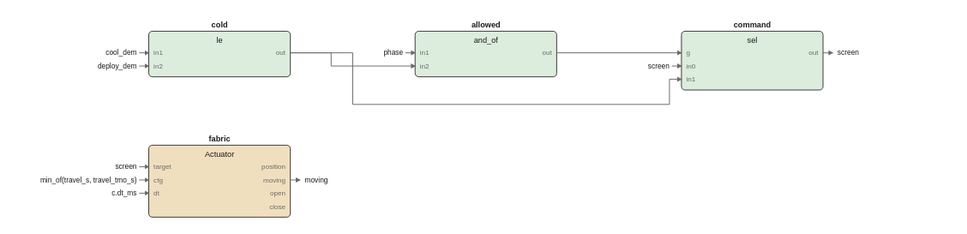
This is images/logic/screen_fbd.drawio.svg from pstch/botanik2, a draw.io export, as it was before one commit. Source tidied: cells renumbered, new cells last; positions are measured from the earlier drawing's top-left corner, leaving out a move shared by most shapes.
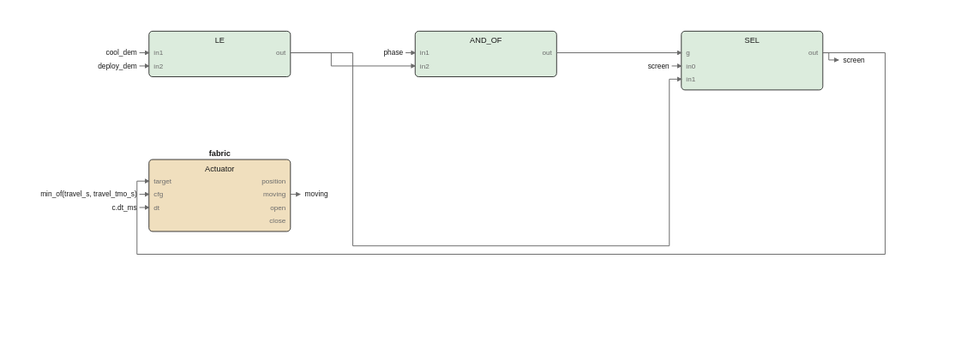
The same diagram one commit later.

What changed in the source:
```diff
@@ -5,198 +5,196 @@
     <mxCell id="2" style="rounded=1;fillColor=#dcecdd;strokeColor=#1a1a1a;whiteSpace=wrap;html=1;fontSize=8;" parent="1" vertex="1">
       <mxGeometry x="10" y="10" width="118" height="38" as="geometry" />
     </mxCell>
-    <mxCell id="3" value="cold" style="text;html=1;fontSize=6;fontColor=#1a1a1a;align=center;fontStyle=1;" parent="1" vertex="1">
-      <mxGeometry x="69" y="0.4" width="40" height="10.6" as="geometry" />
+    <mxCell id="3" value="LE" style="text;html=1;fontSize=6;fontColor=#1a1a1a;align=center;" parent="1" vertex="1">
+      <mxGeometry x="69" y="13.4" width="40" height="10.6" as="geometry" />
     </mxCell>
-    <mxCell id="4" value="le" style="text;html=1;fontSize=6;fontColor=#1a1a1a;align=center;" parent="1" vertex="1">
-      <mxGeometry x="69" y="13.4" width="40" height="10.6" as="geometry" />
+    <mxCell id="4" value="in1" style="text;html=1;fontSize=5;fontColor=#6b6b6b;align=left;" parent="1" vertex="1">
+      <mxGeometry x="14" y="24.2" width="40" height="9.8" as="geometry" />
     </mxCell>
-    <mxCell id="5" value="in1" style="text;html=1;fontSize=5;fontColor=#6b6b6b;align=left;" parent="1" vertex="1">
-      <mxGeometry x="14" y="24.2" width="40" height="9.8" as="geometry" />
+    <mxCell id="5" value="in2" style="text;html=1;fontSize=5;fontColor=#6b6b6b;align=left;" parent="1" vertex="1">
+      <mxGeometry x="14" y="35.2" width="40" height="9.8" as="geometry" />
     </mxCell>
-    <mxCell id="6" value="in2" style="text;html=1;fontSize=5;fontColor=#6b6b6b;align=left;" parent="1" vertex="1">
-      <mxGeometry x="14" y="35.2" width="40" height="9.8" as="geometry" />
+    <mxCell id="6" value="out" style="text;html=1;fontSize=5;fontColor=#6b6b6b;align=left;" parent="1" vertex="1">
+      <mxGeometry x="124" y="24.2" width="40" height="9.8" as="geometry" />
     </mxCell>
-    <mxCell id="7" value="out" style="text;html=1;fontSize=5;fontColor=#6b6b6b;align=left;" parent="1" vertex="1">
-      <mxGeometry x="124" y="24.2" width="40" height="9.8" as="geometry" />
+    <mxCell id="7" style="rounded=1;fillColor=#dcecdd;strokeColor=#1a1a1a;whiteSpace=wrap;html=1;fontSize=8;" parent="1" vertex="1">
+      <mxGeometry x="232" y="10" width="118" height="38" as="geometry" />
     </mxCell>
-    <mxCell id="8" style="rounded=1;fillColor=#dcecdd;strokeColor=#1a1a1a;whiteSpace=wrap;html=1;fontSize=8;" parent="1" vertex="1">
-      <mxGeometry x="232" y="10" width="118" height="38" as="geometry" />
+    <mxCell id="8" value="AND_OF" style="text;html=1;fontSize=6;fontColor=#1a1a1a;align=center;" parent="1" vertex="1">
+      <mxGeometry x="291" y="13.4" width="40" height="10.6" as="geometry" />
     </mxCell>
-    <mxCell id="9" value="allowed" style="text;html=1;fontSize=6;fontColor=#1a1a1a;align=center;fontStyle=1;" parent="1" vertex="1">
-      <mxGeometry x="291" y="0.4" width="40" height="10.6" as="geometry" />
+    <mxCell id="9" value="in1" style="text;html=1;fontSize=5;fontColor=#6b6b6b;align=left;" parent="1" vertex="1">
+      <mxGeometry x="236" y="24.2" width="40" height="9.8" as="geometry" />
     </mxCell>
-    <mxCell id="10" value="and_of" style="text;html=1;fontSize=6;fontColor=#1a1a1a;align=center;" parent="1" vertex="1">
-      <mxGeometry x="291" y="13.4" width="40" height="10.6" as="geometry" />
+    <mxCell id="10" value="in2" style="text;html=1;fontSize=5;fontColor=#6b6b6b;align=left;" parent="1" vertex="1">
+      <mxGeometry x="236" y="35.2" width="40" height="9.8" as="geometry" />
     </mxCell>
-    <mxCell id="11" value="in1" style="text;html=1;fontSize=5;fontColor=#6b6b6b;align=left;" parent="1" vertex="1">
-      <mxGeometry x="236" y="24.2" width="40" height="9.8" as="geometry" />
+    <mxCell id="11" value="out" style="text;html=1;fontSize=5;fontColor=#6b6b6b;align=left;" parent="1" vertex="1">
+      <mxGeometry x="346" y="24.2" width="40" height="9.8" as="geometry" />
     </mxCell>
-    <mxCell id="12" value="in2" style="text;html=1;fontSize=5;fontColor=#6b6b6b;align=left;" parent="1" vertex="1">
-      <mxGeometry x="236" y="35.2" width="40" height="9.8" as="geometry" />
+    <mxCell id="12" style="rounded=1;fillColor=#dcecdd;strokeColor=#1a1a1a;whiteSpace=wrap;html=1;fontSize=8;" parent="1" vertex="1">
+      <mxGeometry x="454" y="10" width="118" height="49" as="geometry" />
     </mxCell>
-    <mxCell id="13" value="out" style="text;html=1;fontSize=5;fontColor=#6b6b6b;align=left;" parent="1" vertex="1">
-      <mxGeometry x="346" y="24.2" width="40" height="9.8" as="geometry" />
+    <mxCell id="13" value="SEL" style="text;html=1;fontSize=6;fontColor=#1a1a1a;align=center;" parent="1" vertex="1">
+      <mxGeometry x="513" y="13.4" width="40" height="10.6" as="geometry" />
     </mxCell>
-    <mxCell id="14" style="rounded=1;fillColor=#dcecdd;strokeColor=#1a1a1a;whiteSpace=wrap;html=1;fontSize=8;" parent="1" vertex="1">
-      <mxGeometry x="454" y="10" width="118" height="49" as="geometry" />
+    <mxCell id="14" value="g" style="text;html=1;fontSize=5;fontColor=#6b6b6b;align=left;" parent="1" vertex="1">
+      <mxGeometry x="458" y="24.2" width="40" height="9.8" as="geometry" />
     </mxCell>
-    <mxCell id="15" value="command" style="text;html=1;fontSize=6;fontColor=#1a1a1a;align=center;fontStyle=1;" parent="1" vertex="1">
-      <mxGeometry x="513" y="0.4" width="40" height="10.6" as="geometry" />
+    <mxCell id="15" value="in0" style="text;html=1;fontSize=5;fontColor=#6b6b6b;align=left;" parent="1" vertex="1">
+      <mxGeometry x="458" y="35.2" width="40" height="9.8" as="geometry" />
     </mxCell>
-    <mxCell id="16" value="sel" style="text;html=1;fontSize=6;fontColor=#1a1a1a;align=center;" parent="1" vertex="1">
-      <mxGeometry x="513" y="13.4" width="40" height="10.6" as="geometry" />
+    <mxCell id="16" value="in1" style="text;html=1;fontSize=5;fontColor=#6b6b6b;align=left;" parent="1" vertex="1">
+      <mxGeometry x="458" y="46.2" width="40" height="9.8" as="geometry" />
     </mxCell>
-    <mxCell id="17" value="g" style="text;html=1;fontSize=5;fontColor=#6b6b6b;align=left;" parent="1" vertex="1">
-      <mxGeometry x="458" y="24.2" width="40" height="9.8" as="geometry" />
+    <mxCell id="17" value="out" style="text;html=1;fontSize=5;fontColor=#6b6b6b;align=left;" parent="1" vertex="1">
+      <mxGeometry x="568" y="24.2" width="40" height="9.8" as="geometry" />
     </mxCell>
-    <mxCell id="18" value="in0" style="text;html=1;fontSize=5;fontColor=#6b6b6b;align=left;" parent="1" vertex="1">
-      <mxGeometry x="458" y="35.2" width="40" height="9.8" as="geometry" />
+    <mxCell id="18" style="rounded=1;fillColor=#f0dfbe;strokeColor=#1a1a1a;whiteSpace=wrap;html=1;fontSize=8;" parent="1" vertex="1">
+      <mxGeometry x="10" y="117" width="118" height="60" as="geometry" />
     </mxCell>
-    <mxCell id="19" value="in1" style="text;html=1;fontSize=5;fontColor=#6b6b6b;align=left;" parent="1" vertex="1">
-      <mxGeometry x="458" y="46.2" width="40" height="9.8" as="geometry" />
+    <mxCell id="19" value="fabric" style="text;html=1;fontSize=6;fontColor=#1a1a1a;align=center;fontStyle=1;" parent="1" vertex="1">
+      <mxGeometry x="69" y="107.4" width="40" height="10.6" as="geometry" />
     </mxCell>
-    <mxCell id="20" value="out" style="text;html=1;fontSize=5;fontColor=#6b6b6b;align=left;" parent="1" vertex="1">
-      <mxGeometry x="568" y="24.2" width="40" height="9.8" as="geometry" />
+    <mxCell id="20" value="Actuator" style="text;html=1;fontSize=6;fontColor=#1a1a1a;align=center;" parent="1" vertex="1">
+      <mxGeometry x="69" y="120.4" width="40" height="10.6" as="geometry" />
     </mxCell>
-    <mxCell id="21" style="rounded=1;fillColor=#f0dfbe;strokeColor=#1a1a1a;whiteSpace=wrap;html=1;fontSize=8;" parent="1" vertex="1">
-      <mxGeometry x="10" y="105" width="118" height="60" as="geometry" />
+    <mxCell id="21" value="target" style="text;html=1;fontSize=5;fontColor=#6b6b6b;align=left;" parent="1" vertex="1">
+      <mxGeometry x="14" y="131.2" width="40" height="9.8" as="geometry" />
     </mxCell>
-    <mxCell id="22" value="fabric" style="text;html=1;fontSize=6;fontColor=#1a1a1a;align=center;fontStyle=1;" parent="1" vertex="1">
-      <mxGeometry x="69" y="95.4" width="40" height="10.6" as="geometry" />
+    <mxCell id="22" value="cfg" style="text;html=1;fontSize=5;fontColor=#6b6b6b;align=left;" parent="1" vertex="1">
+      <mxGeometry x="14" y="142.2" width="40" height="9.8" as="geometry" />
     </mxCell>
-    <mxCell id="23" value="Actuator" style="text;html=1;fontSize=6;fontColor=#1a1a1a;align=center;" parent="1" vertex="1">
-      <mxGeometry x="69" y="108.4" width="40" height="10.6" as="geometry" />
+    <mxCell id="23" value="dt" style="text;html=1;fontSize=5;fontColor=#6b6b6b;align=left;" parent="1" vertex="1">
+      <mxGeometry x="14" y="153.2" width="40" height="9.8" as="geometry" />
     </mxCell>
-    <mxCell id="24" value="target" style="text;html=1;fontSize=5;fontColor=#6b6b6b;align=left;" parent="1" vertex="1">
-      <mxGeometry x="14" y="119.2" width="40" height="9.8" as="geometry" />
+    <mxCell id="24" value="position" style="text;html=1;fontSize=5;fontColor=#6b6b6b;align=left;" parent="1" vertex="1">
+      <mxGeometry x="124" y="131.2" width="40" height="9.8" as="geometry" />
     </mxCell>
-    <mxCell id="25" value="cfg" style="text;html=1;fontSize=5;fontColor=#6b6b6b;align=left;" parent="1" vertex="1">
-      <mxGeometry x="14" y="130.2" width="40" height="9.8" as="geometry" />
+    <mxCell id="25" value="moving" style="text;html=1;fontSize=5;fontColor=#6b6b6b;align=left;" parent="1" vertex="1">
+      <mxGeometry x="124" y="142.2" width="40" height="9.8" as="geometry" />
     </mxCell>
-    <mxCell id="26" value="dt" style="text;html=1;fontSize=5;fontColor=#6b6b6b;align=left;" parent="1" vertex="1">
-      <mxGeometry x="14" y="141.2" width="40" height="9.8" as="geometry" />
+    <mxCell id="26" value="open" style="text;html=1;fontSize=5;fontColor=#6b6b6b;align=left;" parent="1" vertex="1">
+      <mxGeometry x="124" y="153.2" width="40" height="9.8" as="geometry" />
     </mxCell>
-    <mxCell id="27" value="position" style="text;html=1;fontSize=5;fontColor=#6b6b6b;align=left;" parent="1" vertex="1">
-      <mxGeometry x="124" y="119.2" width="40" height="9.8" as="geometry" />
+    <mxCell id="27" value="close" style="text;html=1;fontSize=5;fontColor=#6b6b6b;align=left;" parent="1" vertex="1">
+      <mxGeometry x="124" y="164.2" width="40" height="9.8" as="geometry" />
     </mxCell>
-    <mxCell id="28" value="moving" style="text;html=1;fontSize=5;fontColor=#6b6b6b;align=left;" parent="1" vertex="1">
-      <mxGeometry x="124" y="130.2" width="40" height="9.8" as="geometry" />
-    </mxCell>
-    <mxCell id="29" value="open" style="text;html=1;fontSize=5;fontColor=#6b6b6b;align=left;" parent="1" vertex="1">
-      <mxGeometry x="124" y="141.2" width="40" height="9.8" as="geometry" />
-    </mxCell>
-    <mxCell id="30" value="close" style="text;html=1;fontSize=5;fontColor=#6b6b6b;align=left;" parent="1" vertex="1">
-      <mxGeometry x="124" y="152.2" width="40" height="9.8" as="geometry" />
-    </mxCell>
+    <mxCell id="52" style="edgeStyle=none;html=1;strokeColor=#6b6b6b;endArrow=block;" parent="1" edge="1">
+      <mxGeometry relative="1" as="geometry">
+        <mxPoint x="128" y="28" as="sourcePoint" />
+        <mxPoint x="232" y="39" as="targetPoint" />
+        <Array as="points">
+          <mxPoint x="162" y="28" />
+          <mxPoint x="162" y="39" />
+        </Array>
+      </mxGeometry>
+    </mxCell>
+    <mxCell id="53" style="edgeStyle=none;html=1;strokeColor=#6b6b6b;endArrow=block;" parent="1" edge="1">
+      <mxGeometry relative="1" as="geometry">
+        <mxPoint x="350" y="28" as="sourcePoint" />
+        <mxPoint x="454" y="28" as="targetPoint" />
+      </mxGeometry>
+    </mxCell>
+    <mxCell id="54" style="edgeStyle=none;html=1;strokeColor=#6b6b6b;endArrow=block;" parent="1" edge="1">
+      <mxGeometry relative="1" as="geometry">
+        <mxPoint x="128" y="28" as="sourcePoint" />
+        <mxPoint x="454" y="50" as="targetPoint" />
+        <Array as="points">
+          <mxPoint x="180" y="28" />
+          <mxPoint x="180" y="189" />
+          <mxPoint x="444" y="189" />
+          <mxPoint x="444" y="50" />
+        </Array>
+      </mxGeometry>
+    </mxCell>
     <mxCell id="31" style="edgeStyle=none;html=1;strokeColor=#6b6b6b;endArrow=block;" parent="1" edge="1">
       <mxGeometry relative="1" as="geometry">
-        <mxPoint x="128" y="28" as="sourcePoint" />
-        <mxPoint x="232" y="39" as="targetPoint" />
+        <mxPoint x="572" y="28" as="sourcePoint" />
+        <mxPoint x="10" y="135" as="targetPoint" />
         <Array as="points">
-          <mxPoint x="162" y="28" />
-          <mxPoint x="162" y="39" />
+          <mxPoint x="624" y="28" />
+          <mxPoint x="624" y="196" />
+          <mxPoint y="196" />
+          <mxPoint y="135" />
         </Array>
       </mxGeometry>
     </mxCell>
-    <mxCell id="32" style="edgeStyle=none;html=1;strokeColor=#6b6b6b;endArrow=block;" parent="1" edge="1">
-      <mxGeometry relative="1" as="geometry">
-        <mxPoint x="350" y="28" as="sourcePoint" />
-        <mxPoint x="454" y="28" as="targetPoint" />
-      </mxGeometry>
-    </mxCell>
+    <mxCell id="55" value="cool_dem" style="text;html=1;fontSize=6;fontColor=#1a1a1a;align=left;" parent="1" vertex="1">
+      <mxGeometry y="24" width="40" height="10" as="geometry" />
+    </mxCell>
     <mxCell id="33" style="edgeStyle=none;html=1;strokeColor=#6b6b6b;endArrow=block;" parent="1" edge="1">
       <mxGeometry relative="1" as="geometry">
-        <mxPoint x="128" y="28" as="sourcePoint" />
-        <mxPoint x="454" y="50" as="targetPoint" />
-        <Array as="points">
-          <mxPoint x="180" y="28" />
-          <mxPoint x="180" y="71" />
-          <mxPoint x="444" y="71" />
-          <mxPoint x="444" y="50" />
-        </Array>
+        <mxPoint x="2" y="28" as="sourcePoint" />
+        <mxPoint x="10" y="28" as="targetPoint" />
       </mxGeometry>
     </mxCell>
-    <mxCell id="34" value="cool_dem" style="text;html=1;fontSize=6;fontColor=#1a1a1a;align=left;" parent="1" vertex="1">
-      <mxGeometry y="24" width="40" height="10" as="geometry" />
+    <mxCell id="34" value="deploy_dem" style="text;html=1;fontSize=6;fontColor=#1a1a1a;align=left;" parent="1" vertex="1">
+      <mxGeometry y="35" width="50" height="10" as="geometry" />
     </mxCell>
     <mxCell id="35" style="edgeStyle=none;html=1;strokeColor=#6b6b6b;endArrow=block;" parent="1" edge="1">
       <mxGeometry relative="1" as="geometry">
-        <mxPoint x="2" y="28" as="sourcePoint" />
-        <mxPoint x="10" y="28" as="targetPoint" />
+        <mxPoint x="2" y="39" as="sourcePoint" />
+        <mxPoint x="10" y="39" as="targetPoint" />
       </mxGeometry>
     </mxCell>
-    <mxCell id="36" value="deploy_dem" style="text;html=1;fontSize=6;fontColor=#1a1a1a;align=left;" parent="1" vertex="1">
-      <mxGeometry y="35" width="50" height="10" as="geometry" />
+    <mxCell id="36" value="phase" style="text;html=1;fontSize=6;fontColor=#1a1a1a;align=left;" parent="1" vertex="1">
+      <mxGeometry x="222" y="24" width="40" height="10" as="geometry" />
     </mxCell>
     <mxCell id="37" style="edgeStyle=none;html=1;strokeColor=#6b6b6b;endArrow=block;" parent="1" edge="1">
       <mxGeometry relative="1" as="geometry">
-        <mxPoint x="2" y="39" as="sourcePoint" />
-        <mxPoint x="10" y="39" as="targetPoint" />
+        <mxPoint x="224" y="28" as="sourcePoint" />
+        <mxPoint x="232" y="28" as="targetPoint" />
       </mxGeometry>
     </mxCell>
-    <mxCell id="38" value="phase" style="text;html=1;fontSize=6;fontColor=#1a1a1a;align=left;" parent="1" vertex="1">
-      <mxGeometry x="222" y="24" width="40" height="10" as="geometry" />
+    <mxCell id="38" value="screen" style="text;html=1;fontSize=6;fontColor=#1a1a1a;align=left;" parent="1" vertex="1">
+      <mxGeometry x="444" y="35" width="40" height="10" as="geometry" />
     </mxCell>
     <mxCell id="39" style="edgeStyle=none;html=1;strokeColor=#6b6b6b;endArrow=block;" parent="1" edge="1">
       <mxGeometry relative="1" as="geometry">
-        <mxPoint x="224" y="28" as="sourcePoint" />
-        <mxPoint x="232" y="28" as="targetPoint" />
+        <mxPoint x="446" y="39" as="sourcePoint" />
+        <mxPoint x="454" y="39" as="targetPoint" />
       </mxGeometry>
     </mxCell>
-    <mxCell id="40" value="screen" style="text;html=1;fontSize=6;fontColor=#1a1a1a;align=left;" parent="1" vertex="1">
-      <mxGeometry x="444" y="35" width="40" height="10" as="geometry" />
+    <mxCell id="40" value="min_of(travel_s, travel_tmo_s)" style="text;html=1;fontSize=6;fontColor=#1a1a1a;align=left;" parent="1" vertex="1">
+      <mxGeometry y="142" width="150" height="10" as="geometry" />
     </mxCell>
     <mxCell id="41" style="edgeStyle=none;html=1;strokeColor=#6b6b6b;endArrow=block;" parent="1" edge="1">
       <mxGeometry relative="1" as="geometry">
-        <mxPoint x="446" y="39" as="sourcePoint" />
-        <mxPoint x="454" y="39" as="targetPoint" />
+        <mxPoint x="2" y="146" as="sourcePoint" />
+        <mxPoint x="10" y="146" as="targetPoint" />
       </mxGeometry>
     </mxCell>
-    <mxCell id="42" value="screen" style="text;html=1;fontSize=6;fontColor=#1a1a1a;align=left;" parent="1" vertex="1">
-      <mxGeometry y="119" width="40" height="10" as="geometry" />
+    <mxCell id="42" value="c.dt_ms" style="text;html=1;fontSize=6;fontColor=#1a1a1a;align=left;" parent="1" vertex="1">
+      <mxGeometry y="153" width="40" height="10" as="geometry" />
     </mxCell>
     <mxCell id="43" style="edgeStyle=none;html=1;strokeColor=#6b6b6b;endArrow=block;" parent="1" edge="1">
       <mxGeometry relative="1" as="geometry">
-        <mxPoint x="2" y="123" as="sourcePoint" />
-        <mxPoint x="10" y="123" as="targetPoint" />
+        <mxPoint x="2" y="157" as="sourcePoint" />
+        <mxPoint x="10" y="157" as="targetPoint" />
       </mxGeometry>
     </mxCell>
-    <mxCell id="44" value="min_of(travel_s, travel_tmo_s)" style="text;html=1;fontSize=6;fontColor=#1a1a1a;align=left;" parent="1" vertex="1">
-      <mxGeometry y="130" width="150" height="10" as="geometry" />
-    </mxCell>
-    <mxCell id="45" style="edgeStyle=none;html=1;strokeColor=#6b6b6b;endArrow=block;" parent="1" edge="1">
-      <mxGeometry relative="1" as="geometry">
-        <mxPoint x="2" y="134" as="sourcePoint" />
-        <mxPoint x="10" y="134" as="targetPoint" />
-      </mxGeometry>
-    </mxCell>
-    <mxCell id="46" value="c.dt_ms" style="text;html=1;fontSize=6;fontColor=#1a1a1a;align=left;" parent="1" vertex="1">
-      <mxGeometry y="141" width="40" height="10" as="geometry" />
-    </mxCell>
-    <mxCell id="47" style="edgeStyle=none;html=1;strokeColor=#6b6b6b;endArrow=block;" parent="1" edge="1">
-      <mxGeometry relative="1" as="geometry">
-        <mxPoint x="2" y="145" as="sourcePoint" />
-        <mxPoint x="10" y="145" as="targetPoint" />
-      </mxGeometry>
-    </mxCell>
-    <mxCell id="48" style="edgeStyle=none;html=1;strokeColor=#6b6b6b;endArrow=block;" parent="1" edge="1">
-      <mxGeometry relative="1" as="geometry">
-        <mxPoint x="572" y="28" as="sourcePoint" />
-        <mxPoint x="580" y="28" as="targetPoint" />
-      </mxGeometry>
-    </mxCell>
+    <mxCell id="56" style="edgeStyle=none;html=1;strokeColor=#6b6b6b;endArrow=block;" parent="1" edge="1">
+      <mxGeometry relative="1" as="geometry">
+        <mxPoint x="572" y="28" as="sourcePoint" />
+        <mxPoint x="585" y="34" as="targetPoint" />
+        <Array as="points">
+          <mxPoint x="577" y="28" />
+          <mxPoint x="577" y="34" />
+        </Array>
+      </mxGeometry>
+    </mxCell>
     <mxCell id="49" value="screen" style="text;html=1;fontSize=6;fontColor=#1a1a1a;align=left;" parent="1" vertex="1">
-      <mxGeometry x="584" y="24" width="40" height="10" as="geometry" />
+      <mxGeometry x="589" y="30" width="40" height="10" as="geometry" />
     </mxCell>
-    <mxCell id="50" style="edgeStyle=none;html=1;strokeColor=#6b6b6b;endArrow=block;" parent="1" edge="1">
-      <mxGeometry relative="1" as="geometry">
-        <mxPoint x="128" y="134" as="sourcePoint" />
-        <mxPoint x="136" y="134" as="targetPoint" />
-      </mxGeometry>
-    </mxCell>
+    <mxCell id="57" style="edgeStyle=none;html=1;strokeColor=#6b6b6b;endArrow=block;" parent="1" edge="1">
+      <mxGeometry relative="1" as="geometry">
+        <mxPoint x="128" y="146" as="sourcePoint" />
+        <mxPoint x="136" y="146" as="targetPoint" />
+      </mxGeometry>
+    </mxCell>
     <mxCell id="51" value="moving" style="text;html=1;fontSize=6;fontColor=#1a1a1a;align=left;" parent="1" vertex="1">
-      <mxGeometry x="140" y="130" width="40" height="10" as="geometry" />
+      <mxGeometry x="140" y="142" width="40" height="10" as="geometry" />
     </mxCell>
   </root>
 </mxGraphModel>
```
